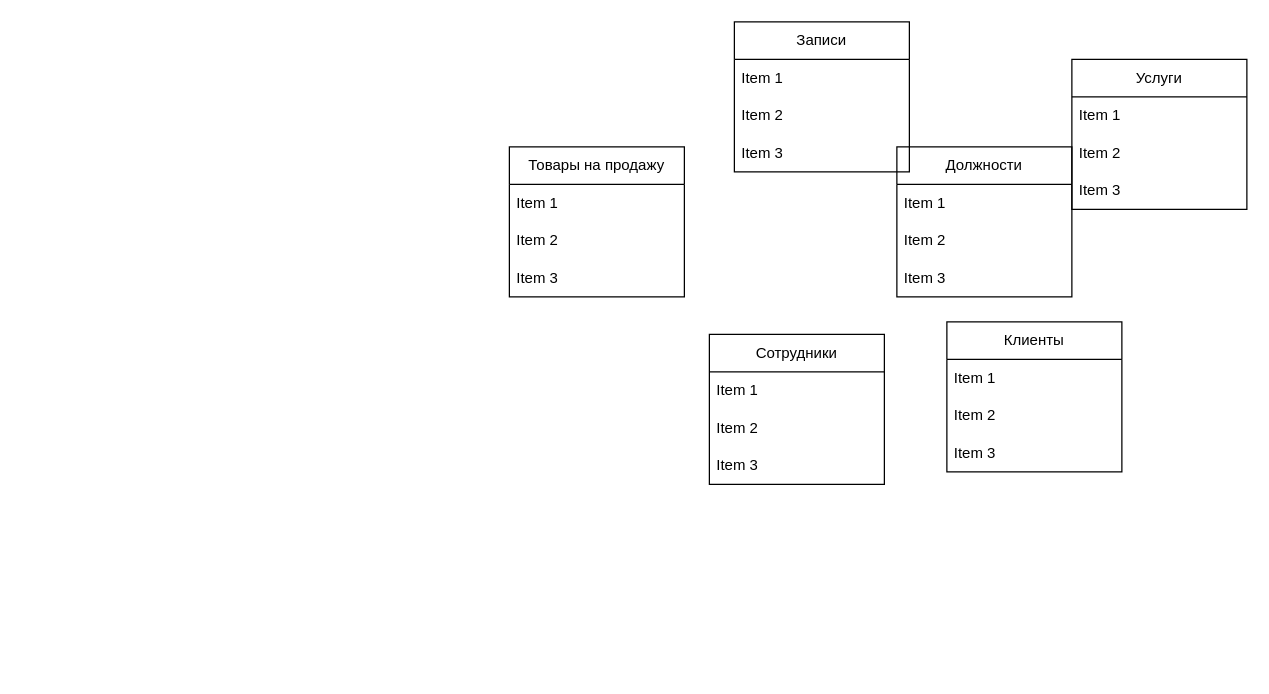
Before: ITA/ИТА_ПР3_Диаграмма.drawio in hanstosberg/Course-4, a draw.io diagram. Source tidied: cells renumbered, new cells numbered last; positions are measured from the earlier drawing's top-left corner, leaving out a move shared by most shapes. Both pictures are drawn from the tidied source at 125%, with x=0, y=0 at pixel (509, 21).
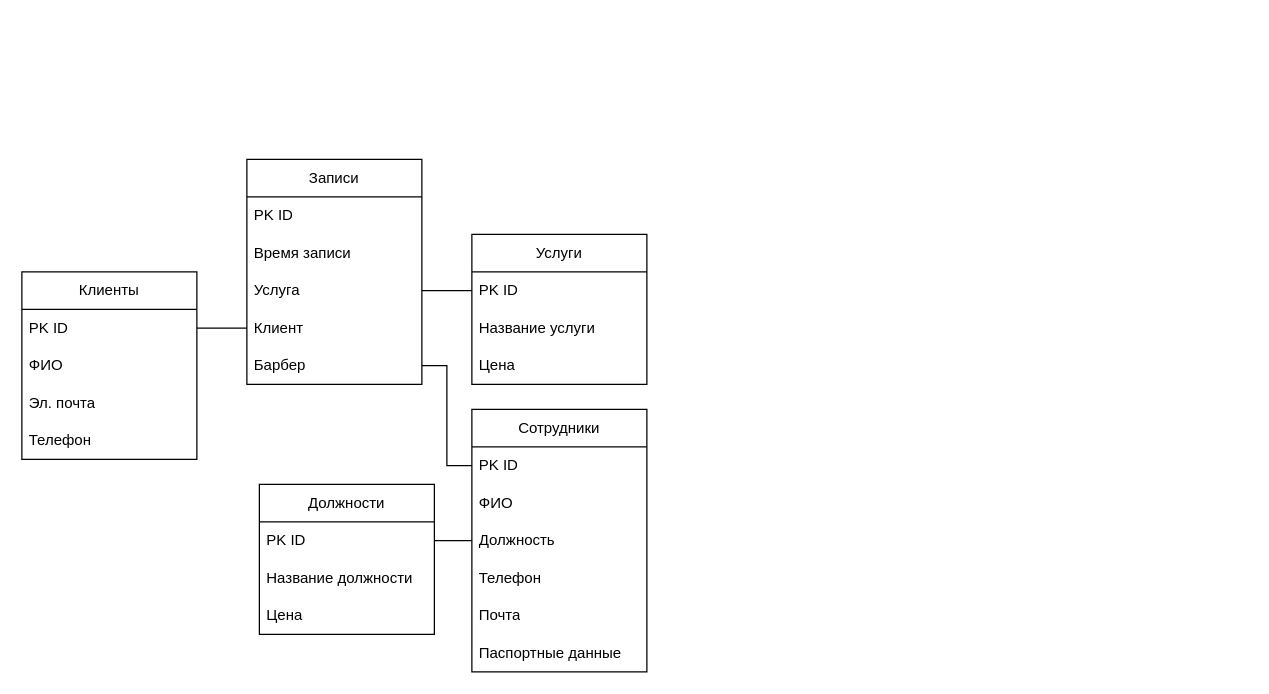
Above is the later version.

Diff of the diagram source:
```diff
@@
-    <mxCell id="2" value="Товары на продажу" style="swimlane;fontStyle=0;horizontal=1;startSize=30;whiteSpace=wrap;html=1;" parent="1" vertex="1">
-      <mxGeometry y="100" width="140" height="120" as="geometry" />
-    </mxCell>
-    <mxCell id="3" value="Item 1" style="text;strokeColor=none;fillColor=none;align=left;verticalAlign=middle;spacingLeft=4;spacingRight=4;overflow=hidden;whiteSpace=wrap;html=1;" parent="2" vertex="1">
-      <mxGeometry y="30" width="140" height="30" as="geometry" />
-    </mxCell>
-    <mxCell id="4" value="Item 2" style="text;strokeColor=none;fillColor=none;align=left;verticalAlign=middle;spacingLeft=4;spacingRight=4;overflow=hidden;whiteSpace=wrap;html=1;" parent="2" vertex="1">
-      <mxGeometry y="60" width="140" height="30" as="geometry" />
-    </mxCell>
-    <mxCell id="5" value="Item 3" style="text;strokeColor=none;fillColor=none;align=left;verticalAlign=middle;spacingLeft=4;spacingRight=4;overflow=hidden;whiteSpace=wrap;html=1;" parent="2" vertex="1">
-      <mxGeometry y="90" width="140" height="30" as="geometry" />
-    </mxCell>
     <mxCell id="6" value="Сотрудники" style="swimlane;fontStyle=0;horizontal=1;startSize=30;whiteSpace=wrap;html=1;" parent="1" vertex="1">
-      <mxGeometry x="160" y="250" width="140" height="120" as="geometry" />
+      <mxGeometry x="-30" y="310" width="140" height="210" as="geometry" />
     </mxCell>
-    <mxCell id="7" value="Item 1" style="text;strokeColor=none;fillColor=none;align=left;verticalAlign=middle;spacingLeft=4;spacingRight=4;overflow=hidden;points=[[0,0.5],[1,0.5]];portConstraint=eastwest;whiteSpace=wrap;html=1;" parent="6" vertex="1">
+    <mxCell id="7" value="PK ID" style="text;strokeColor=none;fillColor=none;align=left;verticalAlign=middle;spacingLeft=4;spacingRight=4;overflow=hidden;points=[[0,0.5],[1,0.5]];portConstraint=eastwest;whiteSpace=wrap;html=1;" parent="6" vertex="1">
       <mxGeometry y="30" width="140" height="30" as="geometry" />
     </mxCell>
-    <mxCell id="8" value="Item 2" style="text;strokeColor=none;fillColor=none;align=left;verticalAlign=middle;spacingLeft=4;spacingRight=4;overflow=hidden;whiteSpace=wrap;html=1;" parent="6" vertex="1">
+    <mxCell id="8" value="ФИО" style="text;strokeColor=none;fillColor=none;align=left;verticalAlign=middle;spacingLeft=4;spacingRight=4;overflow=hidden;whiteSpace=wrap;html=1;" parent="6" vertex="1">
       <mxGeometry y="60" width="140" height="30" as="geometry" />
     </mxCell>
+    <mxCell id="26" value="Должность" style="text;strokeColor=none;fillColor=none;align=left;verticalAlign=middle;spacingLeft=4;spacingRight=4;overflow=hidden;points=[[0,0.5],[1,0.5]];portConstraint=eastwest;whiteSpace=wrap;html=1;" parent="6" vertex="1">
+      <mxGeometry y="90" width="140" height="30" as="geometry" />
+    </mxCell>
-    <mxCell id="9" value="Item 3" style="text;strokeColor=none;fillColor=none;align=left;verticalAlign=middle;spacingLeft=4;spacingRight=4;overflow=hidden;whiteSpace=wrap;html=1;" parent="6" vertex="1">
-      <mxGeometry y="90" width="140" height="30" as="geometry" />
+    <mxCell id="9" value="Телефон" style="text;strokeColor=none;fillColor=none;align=left;verticalAlign=middle;spacingLeft=4;spacingRight=4;overflow=hidden;whiteSpace=wrap;html=1;" parent="6" vertex="1">
+      <mxGeometry y="120" width="140" height="30" as="geometry" />
     </mxCell>
+    <mxCell id="27" value="Почта" style="text;strokeColor=none;fillColor=none;align=left;verticalAlign=middle;spacingLeft=4;spacingRight=4;overflow=hidden;whiteSpace=wrap;html=1;" parent="6" vertex="1">
+      <mxGeometry y="150" width="140" height="30" as="geometry" />
+    </mxCell>
+    <mxCell id="28" value="Паспортные данные" style="text;strokeColor=none;fillColor=none;align=left;verticalAlign=middle;spacingLeft=4;spacingRight=4;overflow=hidden;whiteSpace=wrap;html=1;" parent="6" vertex="1">
+      <mxGeometry y="180" width="140" height="30" as="geometry" />
+    </mxCell>
     <mxCell id="10" value="Должности" style="swimlane;fontStyle=0;horizontal=1;startSize=30;whiteSpace=wrap;html=1;" parent="1" vertex="1">
-      <mxGeometry x="310" y="100" width="140" height="120" as="geometry" />
+      <mxGeometry x="-200" y="370" width="140" height="120" as="geometry" />
     </mxCell>
-    <mxCell id="11" value="Item 1" style="text;strokeColor=none;fillColor=none;align=left;verticalAlign=middle;spacingLeft=4;spacingRight=4;overflow=hidden;points=[[0,0.5],[1,0.5]];portConstraint=eastwest;whiteSpace=wrap;html=1;" parent="10" vertex="1">
+    <mxCell id="11" value="PK ID" style="text;strokeColor=none;fillColor=none;align=left;verticalAlign=middle;spacingLeft=4;spacingRight=4;overflow=hidden;points=[[0,0.5],[1,0.5]];portConstraint=eastwest;whiteSpace=wrap;html=1;" parent="10" vertex="1">
       <mxGeometry y="30" width="140" height="30" as="geometry" />
     </mxCell>
-    <mxCell id="12" value="Item 2" style="text;strokeColor=none;fillColor=none;align=left;verticalAlign=middle;spacingLeft=4;spacingRight=4;overflow=hidden;whiteSpace=wrap;html=1;" parent="10" vertex="1">
+    <mxCell id="12" value="Название должности" style="text;strokeColor=none;fillColor=none;align=left;verticalAlign=middle;spacingLeft=4;spacingRight=4;overflow=hidden;whiteSpace=wrap;html=1;" parent="10" vertex="1">
       <mxGeometry y="60" width="140" height="30" as="geometry" />
     </mxCell>
-    <mxCell id="13" value="Item 3" style="text;strokeColor=none;fillColor=none;align=left;verticalAlign=middle;spacingLeft=4;spacingRight=4;overflow=hidden;whiteSpace=wrap;html=1;" parent="10" vertex="1">
+    <mxCell id="13" value="Цена" style="text;strokeColor=none;fillColor=none;align=left;verticalAlign=middle;spacingLeft=4;spacingRight=4;overflow=hidden;whiteSpace=wrap;html=1;" parent="10" vertex="1">
       <mxGeometry y="90" width="140" height="30" as="geometry" />
     </mxCell>
     <mxCell id="14" value="Клиенты" style="swimlane;fontStyle=0;horizontal=1;startSize=30;whiteSpace=wrap;html=1;" parent="1" vertex="1">
-      <mxGeometry x="350" y="240" width="140" height="120" as="geometry" />
+      <mxGeometry x="-390" y="200" width="140" height="150" as="geometry" />
     </mxCell>
+    <mxCell id="19" value="PK ID" style="text;strokeColor=none;fillColor=none;align=left;verticalAlign=middle;spacingLeft=4;spacingRight=4;overflow=hidden;points=[[0,0.5],[1,0.5]];portConstraint=eastwest;whiteSpace=wrap;html=1;" parent="14" vertex="1">
+      <mxGeometry y="30" width="140" height="30" as="geometry" />
+    </mxCell>
-    <mxCell id="15" value="Item 1" style="text;strokeColor=none;fillColor=none;align=left;verticalAlign=middle;spacingLeft=4;spacingRight=4;overflow=hidden;whiteSpace=wrap;html=1;" parent="14" vertex="1">
-      <mxGeometry y="30" width="140" height="30" as="geometry" />
+    <mxCell id="15" value="ФИО" style="text;strokeColor=none;fillColor=none;align=left;verticalAlign=middle;spacingLeft=4;spacingRight=4;overflow=hidden;whiteSpace=wrap;html=1;" parent="14" vertex="1">
+      <mxGeometry y="60" width="140" height="30" as="geometry" />
     </mxCell>
-    <mxCell id="16" value="Item 2" style="text;strokeColor=none;fillColor=none;align=left;verticalAlign=middle;spacingLeft=4;spacingRight=4;overflow=hidden;whiteSpace=wrap;html=1;" parent="14" vertex="1">
-      <mxGeometry y="60" width="140" height="30" as="geometry" />
+    <mxCell id="16" value="Эл. почта" style="text;strokeColor=none;fillColor=none;align=left;verticalAlign=middle;spacingLeft=4;spacingRight=4;overflow=hidden;whiteSpace=wrap;html=1;" parent="14" vertex="1">
+      <mxGeometry y="90" width="140" height="30" as="geometry" />
     </mxCell>
-    <mxCell id="17" value="Item 3" style="text;strokeColor=none;fillColor=none;align=left;verticalAlign=middle;spacingLeft=4;spacingRight=4;overflow=hidden;whiteSpace=wrap;html=1;" parent="14" vertex="1">
-      <mxGeometry y="90" width="140" height="30" as="geometry" />
+    <mxCell id="17" value="Телефон" style="text;strokeColor=none;fillColor=none;align=left;verticalAlign=middle;spacingLeft=4;spacingRight=4;overflow=hidden;whiteSpace=wrap;html=1;" parent="14" vertex="1">
+      <mxGeometry y="120" width="140" height="30" as="geometry" />
     </mxCell>
     <mxCell id="18" value="Записи" style="swimlane;fontStyle=0;horizontal=1;startSize=30;whiteSpace=wrap;html=1;" parent="1" vertex="1">
-      <mxGeometry x="180" width="140" height="120" as="geometry" />
+      <mxGeometry x="-210" y="110" width="140" height="180" as="geometry" />
     </mxCell>
-    <mxCell id="19" value="Item 1" style="text;strokeColor=none;fillColor=none;align=left;verticalAlign=middle;spacingLeft=4;spacingRight=4;overflow=hidden;points=[[0,0.5],[1,0.5]];portConstraint=eastwest;whiteSpace=wrap;html=1;" parent="18" vertex="1">
-      <mxGeometry y="30" width="140" height="30" as="geometry" />
-    </mxCell>
-    <mxCell id="20" value="Item 2" style="text;strokeColor=none;fillColor=none;align=left;verticalAlign=middle;spacingLeft=4;spacingRight=4;overflow=hidden;whiteSpace=wrap;html=1;" parent="18" vertex="1">
-      <mxGeometry y="60" width="140" height="30" as="geometry" />
+    <mxCell id="20" value="PK ID" style="text;strokeColor=none;fillColor=none;align=left;verticalAlign=middle;spacingLeft=4;spacingRight=4;overflow=hidden;whiteSpace=wrap;html=1;" parent="18" vertex="1">
+      <mxGeometry y="30" width="140" height="30" as="geometry" />
     </mxCell>
-    <mxCell id="21" value="Item 3" style="text;strokeColor=none;fillColor=none;align=left;verticalAlign=middle;spacingLeft=4;spacingRight=4;overflow=hidden;whiteSpace=wrap;html=1;" parent="18" vertex="1">
-      <mxGeometry y="90" width="140" height="30" as="geometry" />
+    <mxCell id="21" value="Время записи" style="text;strokeColor=none;fillColor=none;align=left;verticalAlign=middle;spacingLeft=4;spacingRight=4;overflow=hidden;whiteSpace=wrap;html=1;" parent="18" vertex="1">
+      <mxGeometry y="60" width="140" height="30" as="geometry" />
     </mxCell>
+    <mxCell id="29" value="Услуга" style="text;strokeColor=none;fillColor=none;align=left;verticalAlign=middle;spacingLeft=4;spacingRight=4;overflow=hidden;points=[[0,0.5],[1,0.5]];portConstraint=eastwest;whiteSpace=wrap;html=1;" parent="18" vertex="1">
+      <mxGeometry y="90" width="140" height="30" as="geometry" />
+    </mxCell>
+    <mxCell id="30" value="Клиент" style="text;strokeColor=none;fillColor=none;align=left;verticalAlign=middle;spacingLeft=4;spacingRight=4;overflow=hidden;points=[[0,0.5],[1,0.5]];portConstraint=eastwest;whiteSpace=wrap;html=1;" parent="18" vertex="1">
+      <mxGeometry y="120" width="140" height="30" as="geometry" />
+    </mxCell>
+    <mxCell id="31" value="Барбер" style="text;strokeColor=none;fillColor=none;align=left;verticalAlign=middle;spacingLeft=4;spacingRight=4;overflow=hidden;points=[[0,0.5],[1,0.5]];portConstraint=eastwest;whiteSpace=wrap;html=1;" parent="18" vertex="1">
+      <mxGeometry y="150" width="140" height="30" as="geometry" />
+    </mxCell>
     <mxCell id="22" value="Услуги" style="swimlane;fontStyle=0;horizontal=1;startSize=30;whiteSpace=wrap;html=1;" parent="1" vertex="1">
-      <mxGeometry x="450" y="30" width="140" height="120" as="geometry" />
+      <mxGeometry x="-30" y="170" width="140" height="120" as="geometry" />
     </mxCell>
-    <mxCell id="23" value="Item 1" style="text;strokeColor=none;fillColor=none;align=left;verticalAlign=middle;spacingLeft=4;spacingRight=4;overflow=hidden;points=[[0,0.5],[1,0.5]];portConstraint=eastwest;whiteSpace=wrap;html=1;" parent="22" vertex="1">
+    <mxCell id="23" value="PK ID" style="text;strokeColor=none;fillColor=none;align=left;verticalAlign=middle;spacingLeft=4;spacingRight=4;overflow=hidden;points=[[0,0.5],[1,0.5]];portConstraint=eastwest;whiteSpace=wrap;html=1;" parent="22" vertex="1">
       <mxGeometry y="30" width="140" height="30" as="geometry" />
     </mxCell>
-    <mxCell id="24" value="Item 2" style="text;strokeColor=none;fillColor=none;align=left;verticalAlign=middle;spacingLeft=4;spacingRight=4;overflow=hidden;whiteSpace=wrap;html=1;" parent="22" vertex="1">
+    <mxCell id="24" value="Название услуги" style="text;strokeColor=none;fillColor=none;align=left;verticalAlign=middle;spacingLeft=4;spacingRight=4;overflow=hidden;whiteSpace=wrap;html=1;" parent="22" vertex="1">
       <mxGeometry y="60" width="140" height="30" as="geometry" />
     </mxCell>
-    <mxCell id="25" value="Item 3" style="text;strokeColor=none;fillColor=none;align=left;verticalAlign=middle;spacingLeft=4;spacingRight=4;overflow=hidden;whiteSpace=wrap;html=1;" parent="22" vertex="1">
+    <mxCell id="25" value="Цена" style="text;strokeColor=none;fillColor=none;align=left;verticalAlign=middle;spacingLeft=4;spacingRight=4;overflow=hidden;whiteSpace=wrap;html=1;" parent="22" vertex="1">
       <mxGeometry y="90" width="140" height="30" as="geometry" />
     </mxCell>
+    <mxCell id="32" style="endArrow=none;html=1;rounded=0;entryX=0;entryY=0.5;entryDx=0;entryDy=0;exitX=1;exitY=0.5;exitDx=0;exitDy=0;edgeStyle=elbowEdgeStyle;elbow=vertical;" parent="1" edge="1" source="19" target="30">
+      <mxGeometry relative="1" as="geometry" />
+    </mxCell>
+    <mxCell id="33" style="edgeStyle=orthogonalEdgeStyle;rounded=0;jettySize=auto;html=1;exitX=1;exitY=0.5;exitDx=0;exitDy=0;entryX=0;entryY=0.5;entryDx=0;entryDy=0;endArrow=none;endFill=0;" parent="1" edge="1" source="29" target="23">
+      <mxGeometry relative="1" as="geometry" />
+    </mxCell>
+    <mxCell id="34" style="edgeStyle=orthogonalEdgeStyle;rounded=0;jettySize=auto;html=1;exitX=0;exitY=0.5;exitDx=0;exitDy=0;entryX=1;entryY=0.5;entryDx=0;entryDy=0;endArrow=none;endFill=0;" parent="1" edge="1" source="7" target="31">
+      <mxGeometry relative="1" as="geometry" />
+    </mxCell>
+    <mxCell id="35" style="edgeStyle=orthogonalEdgeStyle;rounded=0;jettySize=auto;html=1;exitX=0;exitY=0.5;exitDx=0;exitDy=0;entryX=1;entryY=0.5;entryDx=0;entryDy=0;endArrow=none;endFill=0;" parent="1" edge="1" source="26" target="11">
+      <mxGeometry relative="1" as="geometry" />
+    </mxCell>
```
